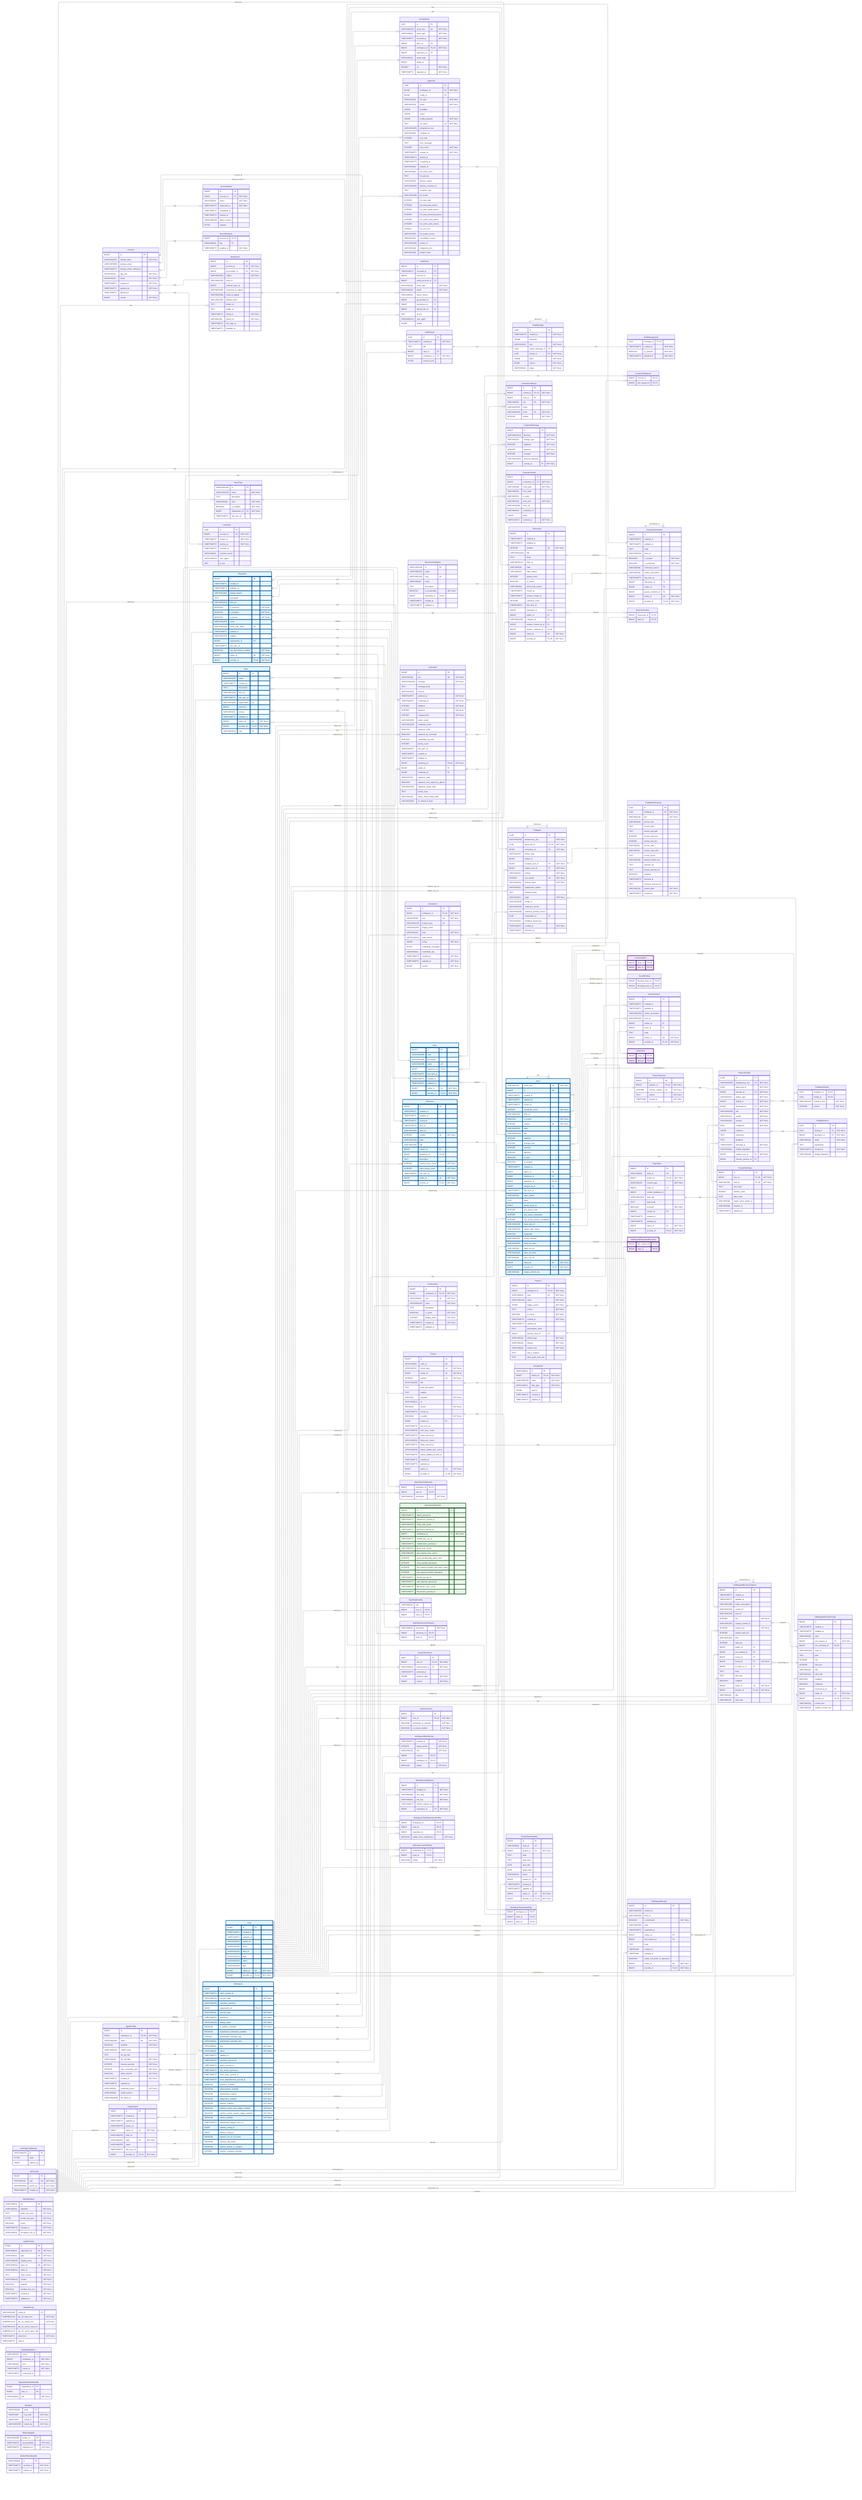
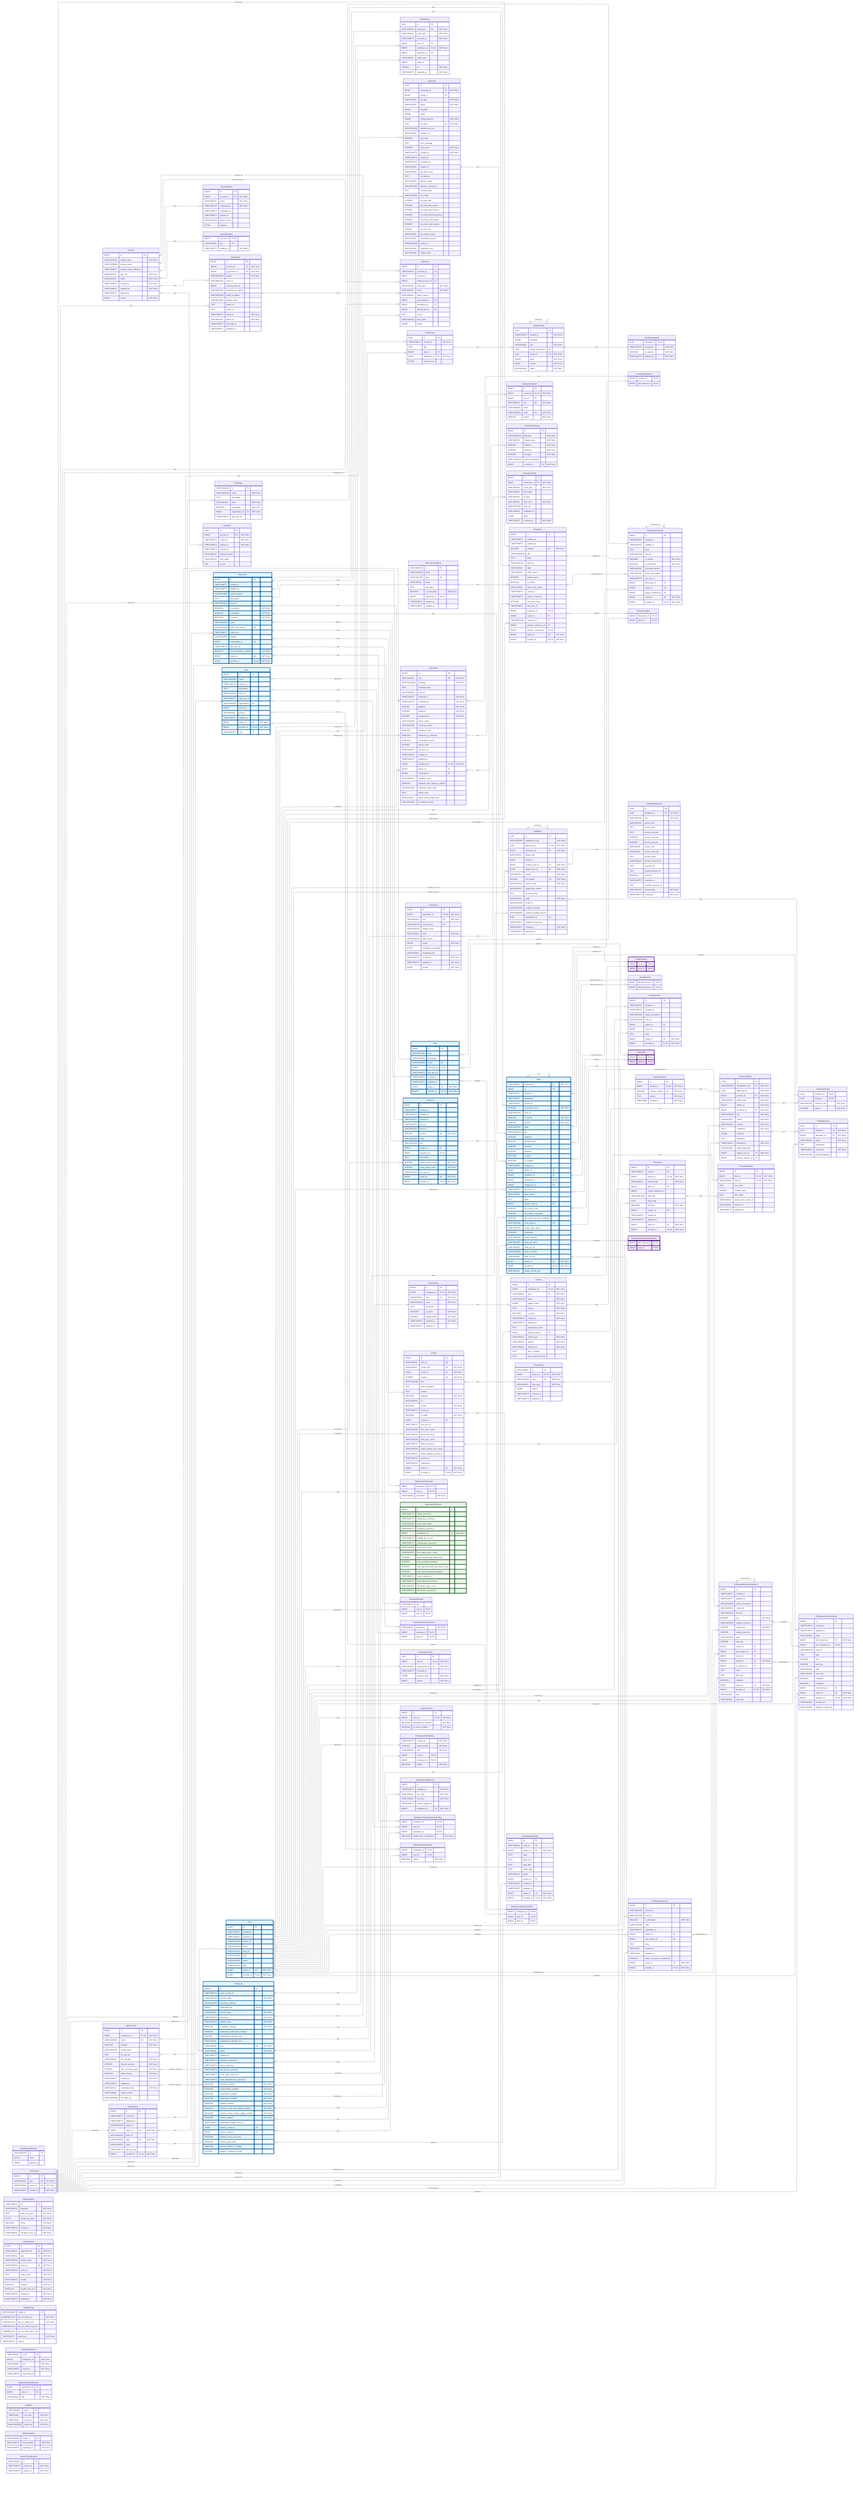
---
config:
    layout: elk
---
erDiagram
    %% Generated automatically from PostgreSQL database schema
    %% using scripts/generate-mermaid-erd.ts
    %% To regenerate: pnpm run db:generate-erd-docs

    direction LR

    Account {
        BIGINT id PK
        VARCHAR(255) display_name "NOT NULL"
        USER-DEFINED primary_email
        TIMESTAMPTZ primary_email_verified_at
        VARCHAR(16) app_role "NOT NULL"
        VARCHAR(16) status "NOT NULL"
        TIMESTAMPTZ created_at "NOT NULL"
        TIMESTAMPTZ updated_at "NOT NULL"
        TIMESTAMPTZ deleted_at
        BIGINT version "NOT NULL"
    }

    AccountExport {
        BIGINT id PK
        BIGINT account_id FK "NOT NULL"
        VARCHAR(16) status "NOT NULL"
        TIMESTAMPTZ requested_at "NOT NULL"
        TIMESTAMPTZ completed_at
        TIMESTAMPTZ expires_at
        VARCHAR(128) failure_reason
        BYTEA payload
    }

    AccountFeature {
        BIGINT account_id PK,FK
        VARCHAR(64) flag PK
        TIMESTAMPTZ enabled_at "NOT NULL"
    }

    ActivityEvent {
        UUID id PK
        VARCHAR(255) event_key UK "NOT NULL"
        VARCHAR(64) event_type "NOT NULL"
        TIMESTAMPTZ occurred_at "NOT NULL"
        BIGINT actor_id FK
        BIGINT workspace_id FK,UK "NOT NULL"
        BIGINT repository_id FK
        VARCHAR(32) target_type
        BIGINT target_id
        DOUBLE xp "NOT NULL"
        TIMESTAMPTZ ingested_at "NOT NULL"
    }

    AgentConfig {
        BIGINT id PK
        BIGINT workspace_id FK,UK "NOT NULL"
        VARCHAR(100) name UK "NOT NULL"
        BOOLEAN enabled "NOT NULL"
        VARCHAR(128) model_name
        TEXT llm_api_key
        VARCHAR(32) llm_provider "NOT NULL"
        INTEGER timeout_seconds "NOT NULL"
        INTEGER max_concurrent_jobs "NOT NULL"
        BOOLEAN allow_internet "NOT NULL"
        TIMESTAMPTZ created_at "NOT NULL"
        TIMESTAMPTZ updated_at
        VARCHAR(16) credential_mode "NOT NULL"
        VARCHAR(50) model_version
        VARCHAR(2048) llm_base_url
    }

    AgentJob {
        UUID id PK
        BIGINT workspace_id FK "NOT NULL"
        BIGINT config_id FK
        VARCHAR(50) job_type "NOT NULL"
        VARCHAR(20) status "NOT NULL"
        JSONB metadata
        JSONB output
        JSONB config_snapshot "NOT NULL"
        TEXT job_token UK "NOT NULL"
        VARCHAR(255) idempotency_key
        VARCHAR(64) container_id
        INTEGER exit_code
        TEXT error_message
        INTEGER retry_count "NOT NULL"
        TIMESTAMPTZ created_at "NOT NULL"
        TIMESTAMPTZ started_at
        TIMESTAMPTZ completed_at
        VARCHAR(64) network_id
        VARCHAR(64) job_token_hash
        TEXT llm_api_key
        VARCHAR(20) delivery_status
        VARCHAR(255) delivery_comment_id
        TEXT container_logs
        VARCHAR(100) llm_model
        INTEGER llm_total_calls
        INTEGER llm_total_input_tokens
        INTEGER llm_total_output_tokens
        INTEGER llm_total_reasoning_tokens
        INTEGER llm_cache_read_tokens
        INTEGER llm_cache_write_tokens
        DOUBLE llm_cost_usd
        VARCHAR(50) llm_model_version
        VARCHAR(32) cancellation_reason
        VARCHAR(255) worker_id
        VARCHAR(48) integration_kind
        VARCHAR(48) subject_class
    }

    AuthEvent {
        BIGINT id PK
        TIMESTAMPTZ occurred_at PK
        BIGINT account_id FK
        BIGINT acting_account_id FK
        VARCHAR(48) event_type "NOT NULL"
        VARCHAR(16) result "NOT NULL"
        VARCHAR(64) failure_reason
        BIGINT git_provider_id FK
        BIGINT workspace_id FK
        BIGINT identity_link_id FK
        INET ip_inet
        VARCHAR(512) user_agent
        JSONB details
    }

    AuthRateLimitBucket {
        VARCHAR(255) id PK
        BYTEA state
        BIGINT expires_at
    }

    ChatMessage {
        UUID id PK
        TIMESTAMPTZ created_at "NOT NULL"
        JSONB metadata
        VARCHAR(16) role "NOT NULL"
        UUID parent_message_id FK
        UUID thread_id FK "NOT NULL"
        JSONB parts "NOT NULL"
        BIGINT version "NOT NULL"
        VARCHAR(16) status "NOT NULL"
    }

    ChatMessageVote {
        UUID message_id PK,FK
        TIMESTAMPTZ created_at "NOT NULL"
        BOOLEAN is_upvoted "NOT NULL"
        TIMESTAMPTZ updated_at "NOT NULL"
    }

    ChatThread {
        UUID id PK
        TIMESTAMPTZ created_at "NOT NULL"
        TEXT title
        BIGINT user_id FK
        BIGINT workspace_id FK "NOT NULL"
        BYTEA session_jsonl
    }

    CommitContributor {
        BIGINT id PK
        BIGINT commit_id FK,UK "NOT NULL"
        BIGINT user_id FK
        VARCHAR(32) role UK "NOT NULL"
        VARCHAR(255) name
        VARCHAR(255) email UK "NOT NULL"
        INTEGER ordinal "NOT NULL"
    }

    CommitFileChange {
        BIGINT id PK
        VARCHAR(1024) filename "NOT NULL"
        VARCHAR(32) change_type "NOT NULL"
        INTEGER additions "NOT NULL"
        INTEGER deletions "NOT NULL"
        INTEGER changes "NOT NULL"
        VARCHAR(1024) previous_filename
        BIGINT commit_id FK "NOT NULL"
    }

    CommitPullRequest {
        BIGINT commit_id PK,FK
        BIGINT pull_request_id PK,FK
    }

    Connection {
        BIGINT id PK
        BIGINT workspace_id FK,UK "NOT NULL"
        VARCHAR(48) kind UK "NOT NULL"
        VARCHAR(128) instance_key UK
        VARCHAR(256) display_name
        VARCHAR(32) state "NOT NULL"
        VARCHAR(512) state_reason
        JSONB config "NOT NULL"
        BYTEA credentials_encrypted
        VARCHAR(64) credentials_alg
        TIMESTAMPTZ created_at "NOT NULL"
        TIMESTAMPTZ updated_at "NOT NULL"
        BIGINT version "NOT NULL"
    }

    ConnectionAudit {
        BIGINT id PK
        BIGINT connection_id FK "NOT NULL"
        VARCHAR(48) event_type "NOT NULL"
        VARCHAR(32) from_state
        VARCHAR(32) to_state
        VARCHAR(32) actor_kind "NOT NULL"
        VARCHAR(256) actor_ref
        VARCHAR(64) correlation_id
        JSONB detail
        TIMESTAMPTZ occurred_at "NOT NULL"
    }

    Discussion {
        BIGINT id PK
        TIMESTAMPTZ created_at
        TIMESTAMPTZ updated_at
        INTEGER number UK "NOT NULL"
        VARCHAR(1024) title
        TEXT body
        VARCHAR(512) html_url
        VARCHAR(16) state
        VARCHAR(32) state_reason
        INTEGER upvote_count
        BOOLEAN is_locked
        VARCHAR(32) active_lock_reason
        TIMESTAMPTZ closed_at
        TIMESTAMPTZ answer_chosen_at
        INTEGER comment_count
        TIMESTAMPTZ last_sync_at
        BIGINT repository_id FK,UK
        BIGINT author_id FK
        VARCHAR(128) category_id FK
        BIGINT answer_chosen_by_id FK
        BIGINT answer_comment_id FK,UK
        BIGINT native_id UK "NOT NULL"
        BIGINT provider_id FK,UK "NOT NULL"
    }

    DiscussionCategory {
        VARCHAR(128) id PK
        VARCHAR(255) name
        VARCHAR(128) slug UK
        VARCHAR(32) emoji
        TEXT description
        BOOLEAN is_answerable "NOT NULL"
        BIGINT repository_id FK,UK
        TIMESTAMPTZ created_at
        TIMESTAMPTZ updated_at
    }

    DiscussionComment {
        BIGINT id PK
        TIMESTAMPTZ created_at
        TIMESTAMPTZ updated_at
        TEXT body
        VARCHAR(512) html_url
        BOOLEAN is_answer "NOT NULL"
        BOOLEAN is_minimized "NOT NULL"
        VARCHAR(64) minimized_reason
        VARCHAR(32) author_association
        TIMESTAMPTZ last_sync_at
        BIGINT discussion_id FK
        BIGINT author_id FK
        BIGINT parent_comment_id FK
        BIGINT native_id UK "NOT NULL"
        BIGINT provider_id FK,UK "NOT NULL"
    }

    DiscussionLabel {
        BIGINT discussion_id PK,FK
        BIGINT label_id PK,FK
    }

    Feedback {
        UUID id PK
        VARCHAR(255) idempotency_key "NOT NULL"
        UUID agent_job_id FK,UK "NOT NULL"
        BIGINT workspace_id FK "NOT NULL"
        VARCHAR(32) artifact_type
        BIGINT artifact_id
        BIGINT recipient_user_id FK "NOT NULL"
        BIGINT subject_user_id FK "NOT NULL"
        VARCHAR(32) surface "NOT NULL"
        INTEGER unit_ordinal UK "NOT NULL"
        VARCHAR(16) delivery_state "NOT NULL"
        VARCHAR(32) suppression_reason
        TEXT rendered_body
        VARCHAR(16) origin "NOT NULL"
        VARCHAR(255) model_id
        VARCHAR(255) composer_version
        VARCHAR(255) synthesis_prompt_version
        UUID supersedes_id FK
        VARCHAR(64) feedback_thread_key
        TIMESTAMPTZ created_at "NOT NULL"
        TIMESTAMPTZ delivered_at
    }

    FeedbackFinding {
        UUID feedback_id PK,FK
        UUID finding_id PK,FK
        VARCHAR(16) evidence_role "NOT NULL"
        INTEGER ordinal "NOT NULL"
    }

    FeedbackPlacement {
        UUID id PK
        UUID feedback_id FK "NOT NULL"
        VARCHAR(32) slot "NOT NULL"
        VARCHAR(16) anchor_kind
        TEXT anchor_path
        TEXT anchor_old_path
        INTEGER anchor_start_line
        INTEGER anchor_end_line
        VARCHAR(8) anchor_side
        VARCHAR(8) anchor_start_side
        TEXT anchor_quote
        VARCHAR(64) pinned_commit_sha
        TEXT external_ref
        TEXT thread_external_ref
        BOOLEAN resolved
        TIMESTAMPTZ resolved_at
        TEXT resolved_external_ref
        VARCHAR(16) posted_state "NOT NULL"
        TIMESTAMPTZ created_at "NOT NULL"
    }

    FindingReaction {
        UUID id PK
        UUID finding_id FK "NOT NULL"
        BIGINT developer_id FK "NOT NULL"
        VARCHAR(16) action "NOT NULL"
        TEXT explanation
        TIMESTAMPTZ created_at "NOT NULL"
        VARCHAR(64) finding_fingerprint
    }

    GitCommit {
        BIGINT id PK
        VARCHAR(40) sha UK "NOT NULL"
        VARCHAR(1024) message "NOT NULL"
        TEXT message_body
        VARCHAR(512) html_url
        TIMESTAMPTZ authored_at "NOT NULL"
        TIMESTAMPTZ committed_at "NOT NULL"
        INTEGER additions "NOT NULL"
        INTEGER deletions "NOT NULL"
        INTEGER changed_files "NOT NULL"
        VARCHAR(255) author_email
        VARCHAR(255) committer_email
        BOOLEAN signature_valid
        BOOLEAN authored_by_committer
        BOOLEAN committed_via_web
        INTEGER parent_count
        TIMESTAMPTZ last_sync_at
        TIMESTAMPTZ created_at
        TIMESTAMPTZ updated_at
        BIGINT repository_id FK,UK "NOT NULL"
        BIGINT author_id FK
        BIGINT committer_id FK
        VARCHAR(32) signature_state
        BOOLEAN signature_was_signed_by_github
        VARCHAR(255) signature_signer_login
        TEXT parent_shas
        VARCHAR(32) status_check_rollup_state
        VARCHAR(255) on_behalf_of_login
    }

    GitProvider {
        BIGINT id PK
        VARCHAR(10) type UK "NOT NULL"
        VARCHAR(512) server_url UK "NOT NULL"
        TIMESTAMPTZ created_at "NOT NULL"
    }

    IdentityLink {
        BIGINT id PK
        BIGINT account_id FK "NOT NULL"
        BIGINT git_provider_id FK "NOT NULL"
        VARCHAR(255) subject "NOT NULL"
        VARCHAR(255) team_id
        BIGINT external_actor_id
        VARCHAR(255) username_at_signup
        VARCHAR(320) email_at_signup
        VARCHAR(255) display_name
        TEXT avatar_url
        TEXT profile_url
        TIMESTAMPTZ linked_at "NOT NULL"
        VARCHAR(16) linked_via "NOT NULL"
        TIMESTAMPTZ last_login_at
        TIMESTAMPTZ disabled_at
    }

    Issue {
        VARCHAR(31) issue_type UK "NOT NULL"
        BIGINT id PK
        TIMESTAMPTZ created_at
        TIMESTAMPTZ updated_at
        TIMESTAMPTZ closed_at
        INTEGER comments_count "NOT NULL"
        VARCHAR(255) html_url
        BOOLEAN is_locked "NOT NULL"
        INTEGER number UK "NOT NULL"
        VARCHAR(255) state
        VARCHAR(1024) title
        INTEGER additions
        INTEGER changed_files
        INTEGER commits
        INTEGER deletions
        BOOLEAN is_draft
        BOOLEAN is_merged
        TIMESTAMPTZ merged_at
        BIGINT author_id FK
        BIGINT milestone_id FK
        BIGINT repository_id FK,UK
        BIGINT merged_by_id FK
        TIMESTAMPTZ last_sync_at
        VARCHAR(32) state_reason
        TEXT body
        BIGINT parent_issue_id FK
        INTEGER sub_issues_total
        INTEGER sub_issues_completed
        INTEGER sub_issues_percent_completed
        VARCHAR(128) issue_type_id FK
        VARCHAR(255) merge_state_status
        BOOLEAN mergeable
        VARCHAR(255) review_decision
        VARCHAR(255) head_ref_name
        VARCHAR(40) head_ref_oid
        VARCHAR(255) base_ref_name
        VARCHAR(40) base_ref_oid
        BIGINT native_id UK "NOT NULL"
        BIGINT provider_id FK,UK "NOT NULL"
        VARCHAR(40) merge_commit_sha
    }

    IssueAssignee {
        BIGINT issue_id PK,FK
        BIGINT user_id PK,FK
    }

    IssueBlocking {
        BIGINT blocked_issue_id PK,FK
        BIGINT blocking_issue_id PK,FK
    }

    IssueComment {
        BIGINT id PK
        TIMESTAMPTZ created_at
        TIMESTAMPTZ updated_at
        VARCHAR(255) author_association
        VARCHAR(255) html_url
        BIGINT author_id FK
        BIGINT issue_id FK
        TEXT body
        BIGINT native_id UK "NOT NULL"
        BIGINT provider_id FK,UK "NOT NULL"
    }

    IssueLabel {
        BIGINT issue_id PK,FK
        BIGINT label_id PK,FK
    }

    IssueType {
        VARCHAR(128) id PK
        VARCHAR(128) name "NOT NULL"
        TEXT description
        VARCHAR(20) color "NOT NULL"
        BOOLEAN is_enabled "NOT NULL"
        BIGINT organization_id FK "NOT NULL"
        TIMESTAMPTZ last_sync_at
    }

    IssuedJwt {
        UUID jti PK
        BIGINT account_id FK "NOT NULL"
        TIMESTAMPTZ issued_at "NOT NULL"
        TIMESTAMPTZ expires_at "NOT NULL"
        TIMESTAMPTZ revoked_at
        VARCHAR(32) revoked_reason
        VARCHAR(512) user_agent
        INET ip_inet
    }

    JwtSigningKey {
        VARCHAR(64) kid PK
        VARCHAR(16) algorithm "NOT NULL"
        TEXT public_key_pem "NOT NULL"
        BYTEA private_key_pem "NOT NULL"
        BOOLEAN active "NOT NULL"
        TIMESTAMPTZ created_at "NOT NULL"
        VARCHAR(64) encryption_key_id "NOT NULL"
    }

    Label {
        BIGINT id PK
        VARCHAR(255) color
        VARCHAR(255) description
        VARCHAR(255) name UK
        BIGINT repository_id FK,UK
        TIMESTAMPTZ last_sync_at
        TIMESTAMPTZ created_at
        TIMESTAMPTZ updated_at
        BIGINT native_id UK "NOT NULL"
        BIGINT provider_id FK,UK "NOT NULL"
    }

    LoginProvider {
        BIGINT id PK
        VARCHAR(64) registration_id UK "NOT NULL"
        VARCHAR(10) type UK "NOT NULL"
        VARCHAR(255) display_name "NOT NULL"
        VARCHAR(512) base_url UK "NOT NULL"
        VARCHAR(512) client_id "NOT NULL"
        TEXT client_secret "NOT NULL"
        VARCHAR(512) scopes "NOT NULL"
        BOOLEAN enabled "NOT NULL"
        BOOLEAN seeded_from_env "NOT NULL"
        TIMESTAMPTZ created_at "NOT NULL"
        TIMESTAMPTZ updated_at "NOT NULL"
    }

    Milestone {
        BIGINT id PK
        TIMESTAMPTZ created_at
        TIMESTAMPTZ updated_at
        TIMESTAMPTZ closed_at
        TIMESTAMPTZ due_on
        VARCHAR(255) html_url
        INTEGER number UK "NOT NULL"
        VARCHAR(255) state
        VARCHAR(255) title
        BIGINT creator_id FK
        BIGINT repository_id FK,UK
        TEXT description
        INTEGER closed_issues_count "NOT NULL"
        INTEGER open_issues_count "NOT NULL"
        TIMESTAMPTZ last_sync_at
        BIGINT native_id UK "NOT NULL"
        BIGINT provider_id FK,UK "NOT NULL"
    }

    ModelPricing {
        VARCHAR(128) model_id PK
        NUMERIC(12,6) per_1k_input_usd "NOT NULL"
        NUMERIC(12,6) per_1k_output_usd "NOT NULL"
        NUMERIC(12,6) per_1k_cache_read_usd
        NUMERIC(12,6) per_1k_cache_write_usd
        TIMESTAMPTZ valid_from "NOT NULL"
        TIMESTAMPTZ valid_to
    }

    OauthStateNonce {
        VARCHAR(32) nonce PK
        BIGINT workspace_id "NOT NULL"
        VARCHAR(48) kind "NOT NULL"
        TIMESTAMPTZ issued_at "NOT NULL"
        TIMESTAMPTZ consumed_at
    }

    Organization {
        BIGINT id PK
        TIMESTAMPTZ created_at
        TIMESTAMPTZ updated_at
        VARCHAR(255) avatar_url
        BIGINT native_id UK "NOT NULL"
        VARCHAR(255) html_url
        VARCHAR(255) login UK "NOT NULL"
        VARCHAR(255) name
        TIMESTAMPTZ last_sync_at
        BIGINT provider_id FK,UK "NOT NULL"
    }

    OrganizationMembership {
        BIGINT organization_id PK
        BIGINT user_id PK
        VARCHAR(32) role "NOT NULL"
    }

    Practice {
        BIGINT id PK
        BIGINT workspace_id FK,UK "NOT NULL"
        VARCHAR(64) slug UK "NOT NULL"
        VARCHAR(128) name "NOT NULL"
        JSONB trigger_events "NOT NULL"
        TEXT criteria "NOT NULL"
        BOOLEAN is_active "NOT NULL"
        TIMESTAMPTZ created_at "NOT NULL"
        TIMESTAMPTZ updated_at
        TEXT precompute_script
        BIGINT practice_area_id FK
        VARCHAR(32) artifact_type "NOT NULL"
        VARCHAR(16) polarity "NOT NULL"
        VARCHAR(16) subject_role "NOT NULL"
        TEXT why_it_matters
        TEXT what_good_looks_like
    }

    PracticeArea {
        BIGINT id PK
        BIGINT workspace_id FK,UK "NOT NULL"
        VARCHAR(64) slug UK "NOT NULL"
        VARCHAR(128) name "NOT NULL"
        TEXT description
        BOOLEAN is_active "NOT NULL"
        INTEGER display_order "NOT NULL"
        TIMESTAMPTZ created_at "NOT NULL"
        TIMESTAMPTZ updated_at
    }

    PracticeFinding {
        UUID id PK
        VARCHAR(255) idempotency_key UK "NOT NULL"
        UUID agent_job_id "NOT NULL"
        BIGINT practice_id FK "NOT NULL"
        VARCHAR(32) artifact_type "NOT NULL"
        BIGINT artifact_id "NOT NULL"
        BIGINT developer_id FK "NOT NULL"
        VARCHAR(255) title "NOT NULL"
        VARCHAR(16) verdict "NOT NULL"
        VARCHAR(16) severity "NOT NULL"
        REAL confidence "NOT NULL"
        JSONB evidence
        TEXT reasoning
-         TEXT guidance
        TIMESTAMPTZ detected_at "NOT NULL"
        VARCHAR(64) finding_fingerprint
        BIGINT subject_user_id FK "NOT NULL"
        BIGINT practice_revision_id FK
    }

    PracticeRevision {
        BIGINT id PK
        BIGINT practice_id FK,UK "NOT NULL"
        INTEGER revision_number UK "NOT NULL"
        TEXT criteria "NOT NULL"
        TIMESTAMP created_at "NOT NULL"
    }

    Project {
        BIGINT id PK
        VARCHAR(64) node_id UK
        VARCHAR(32) owner_type UK "NOT NULL"
        BIGINT owner_id UK "NOT NULL"
        INTEGER number UK "NOT NULL"
        VARCHAR(256) title
        TEXT short_description
        TEXT readme
        BOOLEAN template "NOT NULL"
        VARCHAR(512) url
        BOOLEAN closed "NOT NULL"
        TIMESTAMPTZ closed_at
        BOOLEAN is_public "NOT NULL"
        BIGINT creator_id FK
        TIMESTAMPTZ last_sync_at
        VARCHAR(256) item_sync_cursor
        TIMESTAMPTZ items_synced_at
        VARCHAR(256) field_sync_cursor
        TIMESTAMPTZ fields_synced_at
        VARCHAR(256) status_update_sync_cursor
        TIMESTAMPTZ status_updates_synced_at
        TIMESTAMPTZ created_at
        TIMESTAMPTZ updated_at
        BIGINT native_id UK "NOT NULL"
        BIGINT provider_id FK,UK "NOT NULL"
    }

    ProjectField {
        VARCHAR(64) id PK
        BIGINT project_id FK,UK "NOT NULL"
        VARCHAR(256) name UK "NOT NULL"
        VARCHAR(32) data_type "NOT NULL"
        JSONB options
        TIMESTAMPTZ created_at
        TIMESTAMPTZ updated_at
    }

    ProjectFieldValue {
        BIGINT id PK
        BIGINT item_id FK,UK "NOT NULL"
        VARCHAR(64) field_id FK,UK "NOT NULL"
        TEXT text_value
        DOUBLE number_value
        DATE date_value
        VARCHAR(64) single_select_option_id
        VARCHAR(64) iteration_id
        TIMESTAMPTZ updated_at
    }

    ProjectItem {
        BIGINT id PK
        VARCHAR(64) node_id UK
        BIGINT project_id FK,UK "NOT NULL"
        VARCHAR(32) content_type "NOT NULL"
        BIGINT issue_id FK
        BIGINT content_database_id
        VARCHAR(1024) draft_title
        TEXT draft_body
        BOOLEAN archived "NOT NULL"
        BIGINT creator_id FK
        TIMESTAMPTZ created_at
        TIMESTAMPTZ updated_at
        BIGINT native_id UK "NOT NULL"
        BIGINT provider_id FK,UK "NOT NULL"
    }

    ProjectStatusUpdate {
        BIGINT id PK
        VARCHAR(64) node_id UK
        BIGINT project_id FK "NOT NULL"
        TEXT body
        TEXT body_html
        DATE start_date
        DATE target_date
        VARCHAR(32) status
        BIGINT creator_id FK
        TIMESTAMPTZ created_at
        TIMESTAMPTZ updated_at
        BIGINT native_id UK "NOT NULL"
        BIGINT provider_id FK,UK "NOT NULL"
    }

    PullRequestRequestedReviewer {
        BIGINT pull_request_id PK,FK
        BIGINT user_id PK,FK
    }

    PullRequestReview {
        BIGINT id PK
        VARCHAR(255) commit_id
        VARCHAR(255) html_url
        BOOLEAN is_dismissed "NOT NULL"
        VARCHAR(255) state
        TIMESTAMPTZ submitted_at
        BIGINT author_id FK
        BIGINT pull_request_id FK
        TEXT body
        TIMESTAMP created_at
        TIMESTAMP updated_at
        BOOLEAN author_can_push_to_repository
        BIGINT native_id UK "NOT NULL"
        BIGINT provider_id FK,UK "NOT NULL"
    }

    PullRequestReviewComment {
        BIGINT id PK
        TIMESTAMPTZ created_at
        TIMESTAMPTZ updated_at
        VARCHAR(255) author_association
        VARCHAR(255) commit_id
        VARCHAR(255) html_url
        INTEGER line "NOT NULL"
        VARCHAR(255) original_commit_id
        INTEGER original_line "NOT NULL"
        INTEGER original_start_line
        VARCHAR(255) path
        INTEGER start_line
        BIGINT author_id FK
        BIGINT pull_request_id FK
        BIGINT review_id FK
        BIGINT thread_id FK "NOT NULL"
        BIGINT in_reply_to_id FK
        TEXT body
        TEXT diff_hunk
        BOOLEAN outdated
        BIGINT native_id UK "NOT NULL"
        BIGINT provider_id FK,UK "NOT NULL"
        VARCHAR(16) side
        VARCHAR(16) start_side
    }

    PullRequestReviewThread {
        BIGINT id PK
        TIMESTAMPTZ created_at
        TIMESTAMPTZ updated_at
        VARCHAR(20) state
        BIGINT pull_request_id FK "NOT NULL"
        BIGINT root_comment_id FK,UK
        VARCHAR(128) node_id
        TEXT path
        INTEGER line
        INTEGER start_line
        VARCHAR(16) side
        VARCHAR(16) start_side
        BOOLEAN outdated
        BOOLEAN collapsed
        BIGINT resolved_by_id FK
        BIGINT native_id UK "NOT NULL"
        BIGINT provider_id FK,UK "NOT NULL"
        VARCHAR(64) commit_sha
        VARCHAR(64) original_commit_sha
    }

    Repository {
        BIGINT id PK
        TIMESTAMPTZ created_at
        TIMESTAMPTZ updated_at
        VARCHAR(255) default_branch
        TEXT description
        VARCHAR(512) html_url
        BOOLEAN is_archived "NOT NULL"
        BOOLEAN is_disabled "NOT NULL"
        BOOLEAN is_private "NOT NULL"
        VARCHAR(255) name
        VARCHAR(150) name_with_owner UK
        TIMESTAMPTZ pushed_at
        VARCHAR(255) visibility
        BIGINT organization_id FK
        TIMESTAMPTZ last_sync_at
        BOOLEAN has_discussions_enabled "NOT NULL"
        BIGINT native_id UK "NOT NULL"
        BIGINT provider_id FK,UK "NOT NULL"
    }

    RepositoryCollaborator {
        BIGINT repository_id PK,FK
        BIGINT user_id PK,FK
        VARCHAR(32) permission "NOT NULL"
    }

    RepositoryToMonitor {
        BIGINT id PK
        TIMESTAMPTZ labels_synced_at
        TIMESTAMPTZ milestones_synced_at
        VARCHAR(255) name_with_owner
        TIMESTAMPTZ repository_synced_at
        BIGINT workspace_id FK "NOT NULL"
        TIMESTAMPTZ backfill_last_run_at
        TIMESTAMPTZ collaborators_synced_at
        VARCHAR(255) issue_sync_cursor
        VARCHAR(255) pull_request_sync_cursor
        INTEGER issue_backfill_high_water_mark
        INTEGER issue_backfill_checkpoint
        INTEGER pull_request_backfill_high_water_mark
        INTEGER pull_request_backfill_checkpoint
        TIMESTAMPTZ issues_synced_at
        TIMESTAMPTZ pull_requests_synced_at
        VARCHAR(255) discussion_sync_cursor
        TIMESTAMPTZ discussions_synced_at
    }

    Shedlock {
        VARCHAR(64) name PK
        TIMESTAMP lock_until "NOT NULL"
        TIMESTAMP locked_at "NOT NULL"
        VARCHAR(255) locked_by "NOT NULL"
    }

    Team {
        BIGINT id PK
        VARCHAR(255) name
        TIMESTAMPTZ created_at
        TEXT description
        VARCHAR(512) html_url
        TIMESTAMPTZ last_sync_at
        VARCHAR(255) organization UK
        BIGINT parent_id
        VARCHAR(32) privacy
        TIMESTAMPTZ updated_at
        BIGINT native_id UK "NOT NULL"
        BIGINT provider_id FK,UK "NOT NULL"
        VARCHAR(512) slug UK
    }

    TeamMembership {
        VARCHAR(32) role
        BIGINT user_id PK,FK
        BIGINT team_id PK,FK
    }

    TeamRepositoryPermission {
        VARCHAR(32) permission "NOT NULL"
        BIGINT repository_id PK,FK
        BIGINT team_id PK,FK
    }

    User {
        BIGINT id PK
        TIMESTAMPTZ created_at
        TIMESTAMPTZ updated_at
        VARCHAR(255) avatar_url
        VARCHAR(255) email
        VARCHAR(255) html_url
        VARCHAR(255) login
        VARCHAR(255) name
        VARCHAR(255) type
        BIGINT native_id UK "NOT NULL"
        BIGINT provider_id FK,UK "NOT NULL"
    }

    UserAchievement {
        UUID id PK
        BIGINT user_id FK,UK "NOT NULL"
        VARCHAR(64) achievement_id UK "NOT NULL"
        TIMESTAMPTZ unlocked_at
        JSONB progress_data "NOT NULL"
        BIGINT version "NOT NULL"
    }

    UserPreference {
        BIGINT id PK
        BIGINT user_id FK,UK "NOT NULL"
        BOOLEAN participate_in_research "NOT NULL"
        BOOLEAN ai_review_enabled "NOT NULL"
    }

    WorkerRegistry {
        VARCHAR(255) worker_id PK
        TIMESTAMPTZ last_heartbeat "NOT NULL"
        TIMESTAMPTZ registered_at "NOT NULL"
    }

    WorkerTokenDenylist {
        VARCHAR(64) jti PK
        TIMESTAMPTZ revoked_at "NOT NULL"
        TIMESTAMPTZ expires_at "NOT NULL"
    }

    Workspace {
        BIGINT id PK
        TIMESTAMPTZ users_synced_at
        VARCHAR(120) account_login "NOT NULL"
        VARCHAR(255) repository_selection
        BIGINT organization_id FK,UK
        VARCHAR(10) account_type "NOT NULL"
        TIMESTAMPTZ created_at "NOT NULL"
        VARCHAR(120) display_name "NOT NULL"
        BOOLEAN is_publicly_viewable "NOT NULL"
        BOOLEAN leaderboard_notification_enabled
        INTEGER leaderboard_schedule_day
        VARCHAR(10) leaderboard_schedule_time
        VARCHAR(64) slug UK "NOT NULL"
        VARCHAR(20) status "NOT NULL"
        TIMESTAMPTZ updated_at
        TIMESTAMPTZ members_synced_at
        TIMESTAMPTZ teams_synced_at
        TIMESTAMPTZ sub_issues_synced_at
        TIMESTAMPTZ issue_types_synced_at
        TIMESTAMPTZ issue_dependencies_synced_at
        BOOLEAN practices_enabled "NOT NULL"
        BOOLEAN achievements_enabled "NOT NULL"
        BOOLEAN leaderboard_enabled "NOT NULL"
        BOOLEAN progression_enabled "NOT NULL"
        BOOLEAN leagues_enabled "NOT NULL"
        BOOLEAN practice_review_auto_trigger_enabled "NOT NULL"
        BOOLEAN practice_review_manual_trigger_enabled "NOT NULL"
        BOOLEAN mentor_enabled "NOT NULL"
        TIMESTAMPTZ leaderboard_league_cycle_at
        BIGINT practice_config_id FK
        BIGINT mentor_config_id FK
        BOOLEAN practice_run_for_all_users
        BOOLEAN practice_skip_drafts
        BOOLEAN practice_deliver_to_merged
        INTEGER practice_cooldown_minutes
    }

    WorkspaceMembership {
        TIMESTAMPTZ created_at "NOT NULL"
        INTEGER league_points "NOT NULL"
        VARCHAR(16) role "NOT NULL"
        BIGINT user_id PK,FK
        BIGINT workspace_id PK,FK
        BOOLEAN hidden "NOT NULL"
    }

    WorkspaceSlugHistory {
        BIGINT id PK
        TIMESTAMPTZ changed_at "NOT NULL"
        VARCHAR(64) new_slug "NOT NULL"
        VARCHAR(64) old_slug "NOT NULL"
        TIMESTAMPTZ redirect_expires_at
        BIGINT workspace_id FK "NOT NULL"
    }

    WorkspaceTeamLabelFilter {
        BIGINT workspace_id PK,FK
        BIGINT team_id PK,FK
        BIGINT label_id PK,FK
    }

    WorkspaceTeamRepositorySetting {
        BIGINT workspace_id PK,FK
        BIGINT team_id PK,FK
        BIGINT repository_id PK,FK
        BOOLEAN hidden_from_contributions "NOT NULL"
    }

    WorkspaceTeamSetting {
        BIGINT workspace_id PK,FK
        BIGINT team_id PK,FK
        BOOLEAN hidden "NOT NULL"
    }

    %% Relationships
    %% One-to-One relationships
    Account ||--|| AccountFeature : has
    Workspace ||--|| ActivityEvent : has
    Workspace ||--|| AgentConfig : has
    ChatMessage ||--|| ChatMessageVote : has
    GitCommit ||--|| CommitContributor : has
    Workspace ||--|| Connection : has
    Repository ||--|| Discussion : has
    DiscussionComment ||--|| Discussion : references
    GitProvider ||--|| Discussion : references
    Repository ||--|| DiscussionCategory : has
    GitProvider ||--|| DiscussionComment : commented_on
    AgentJob ||--|| Feedback : has
    Repository ||--|| GitCommit : has
    Repository ||--|| Issue : has
    GitProvider ||--|| Issue : references
    GitProvider ||--|| IssueComment : commented_on
    Repository ||--|| Label : labeled
    GitProvider ||--|| Label : labeled
    Repository ||--|| Milestone : has
    GitProvider ||--|| Milestone : references
    GitProvider ||--|| Organization : references
    Workspace ||--|| Practice : has
    Workspace ||--|| PracticeArea : has
    Practice ||--|| PracticeRevision : has
    GitProvider ||--|| Project : references
    Project ||--|| ProjectField : has
    ProjectItem ||--|| ProjectFieldValue : has
    ProjectField ||--|| ProjectFieldValue : has
    Project ||--|| ProjectItem : has
    GitProvider ||--|| ProjectItem : references
    GitProvider ||--|| ProjectStatusUpdate : references
    GitProvider ||--|| PullRequestReview : reviewed
    GitProvider ||--|| PullRequestReviewComment : commented_on
    PullRequestReviewComment ||--|| PullRequestReviewThread : reviewed
    GitProvider ||--|| PullRequestReviewThread : reviewed
    GitProvider ||--|| Repository : references
    GitProvider ||--|| Team : references
    GitProvider ||--|| User : references
    User ||--|| UserAchievement : has
    User ||--|| UserPreference : has
    Organization ||--|| Workspace : has
    User ||--|| WorkspaceMembership : belongs_to
    Workspace ||--|| WorkspaceMembership : belongs_to

    %% One-to-Many relationships
    Account ||--o{ AccountExport : has
    User ||--o{ ActivityEvent : references
    Repository ||--o{ ActivityEvent : has
    Workspace ||--o{ AgentJob : has
    AgentConfig ||--o{ AgentJob : has
    Account ||--o{ AuthEvent : account_id
    Account ||--o{ AuthEvent : acting_account_id
    GitProvider ||--o{ AuthEvent : has
    Workspace ||--o{ AuthEvent : has
    IdentityLink ||--o{ AuthEvent : has
    ChatMessage ||--o{ ChatMessage : references
    ChatThread ||--o{ ChatMessage : has
    User ||--o{ ChatThread : has
    Workspace ||--o{ ChatThread : has
    User ||--o{ CommitContributor : has
    GitCommit ||--o{ CommitFileChange : has
    Connection ||--o{ ConnectionAudit : has
    User ||--o{ Discussion : authored_by
    DiscussionCategory ||--o{ Discussion : has
    User ||--o{ Discussion : references
    Discussion ||--o{ DiscussionComment : commented_on
    User ||--o{ DiscussionComment : commented_on
    DiscussionComment ||--o{ DiscussionComment : commented_on
    Workspace ||--o{ Feedback : has
    User ||--o{ Feedback : recipient_user_id
    User ||--o{ Feedback : subject_user_id
    Feedback ||--o{ Feedback : references
    Feedback ||--o{ FeedbackPlacement : has
    PracticeFinding ||--o{ FindingReaction : has
    User ||--o{ FindingReaction : references
    User ||--o{ GitCommit : authored_by
    User ||--o{ GitCommit : references
    Account ||--o{ IdentityLink : has
    GitProvider ||--o{ IdentityLink : has
    User ||--o{ Issue : authored_by
    Milestone ||--o{ Issue : has
    User ||--o{ Issue : merged_by
    Issue ||--o{ Issue : has
    IssueType ||--o{ Issue : has
    User ||--o{ IssueComment : commented_on
    Issue ||--o{ IssueComment : commented_on
    Organization ||--o{ IssueType : has
    Account ||--o{ IssuedJwt : has
    User ||--o{ Milestone : created_by
    PracticeArea ||--o{ Practice : has
    Practice ||--o{ PracticeFinding : has
    User ||--o{ PracticeFinding : references
    User ||--o{ PracticeFinding : has
    PracticeRevision ||--o{ PracticeFinding : has
    User ||--o{ Project : created_by
    Issue ||--o{ ProjectItem : has
    User ||--o{ ProjectItem : created_by
    Project ||--o{ ProjectStatusUpdate : has
    User ||--o{ ProjectStatusUpdate : created_by
    User ||--o{ PullRequestReview : reviewed
    Issue ||--o{ PullRequestReview : reviewed
    User ||--o{ PullRequestReviewComment : commented_on
    Issue ||--o{ PullRequestReviewComment : commented_on
    PullRequestReview ||--o{ PullRequestReviewComment : commented_on
    PullRequestReviewThread ||--o{ PullRequestReviewComment : commented_on
    PullRequestReviewComment ||--o{ PullRequestReviewComment : commented_on
    Issue ||--o{ PullRequestReviewThread : reviewed
    User ||--o{ PullRequestReviewThread : reviewed
    Organization ||--o{ Repository : has
    Workspace ||--o{ RepositoryToMonitor : monitors
    AgentConfig ||--o{ Workspace : practice_config_id
    AgentConfig ||--o{ Workspace : mentor_config_id
    Workspace ||--o{ WorkspaceSlugHistory : has

    %% Many-to-Many relationships
    GitCommit }o--o{ CommitPullRequest : has
    Issue }o--o{ CommitPullRequest : references
    Discussion }o--o{ DiscussionLabel : labeled
    Label }o--o{ DiscussionLabel : labeled
    Feedback }o--o{ FeedbackFinding : has
    PracticeFinding }o--o{ FeedbackFinding : has
    Issue }o--o{ IssueAssignee : assigned_to
    User }o--o{ IssueAssignee : assigned_to
    Issue }o--o{ IssueBlocking : blocked_issue_id
    Issue }o--o{ IssueBlocking : blocking_issue_id
    Issue }o--o{ IssueLabel : labeled
    Label }o--o{ IssueLabel : labeled
    Issue }o--o{ PullRequestRequestedReviewer : reviewed
    User }o--o{ PullRequestRequestedReviewer : reviewed
    Repository }o--o{ RepositoryCollaborator : has
    User }o--o{ RepositoryCollaborator : has
    User }o--o{ TeamMembership : belongs_to
    Team }o--o{ TeamMembership : belongs_to
    Repository }o--o{ TeamRepositoryPermission : has
    Team }o--o{ TeamRepositoryPermission : has
    Workspace }o--o{ WorkspaceTeamLabelFilter : labeled
    Team }o--o{ WorkspaceTeamLabelFilter : labeled
    Label }o--o{ WorkspaceTeamLabelFilter : labeled
    Workspace }o--o{ WorkspaceTeamRepositorySetting : has
    Team }o--o{ WorkspaceTeamRepositorySetting : has
    Repository }o--o{ WorkspaceTeamRepositorySetting : has
    Workspace }o--o{ WorkspaceTeamSetting : has
    Team }o--o{ WorkspaceTeamSetting : has

    %% Styling
    classDef primaryEntity fill:#e1f5fe,stroke:#01579b,stroke-width:2px
    classDef associationEntity fill:#f3e5f5,stroke:#4a148c,stroke-width:2px
    classDef metadataEntity fill:#e8f5e8,stroke:#1b5e20,stroke-width:2px

    class Issue primaryEntity
    class IssueAssignee associationEntity
    class IssueLabel associationEntity
    class Label primaryEntity
    class Milestone primaryEntity
    class PullRequestRequestedReviewer associationEntity
    class Repository primaryEntity
    class RepositoryToMonitor metadataEntity
    class Team primaryEntity
    class User primaryEntity
    class Workspace primaryEntity
